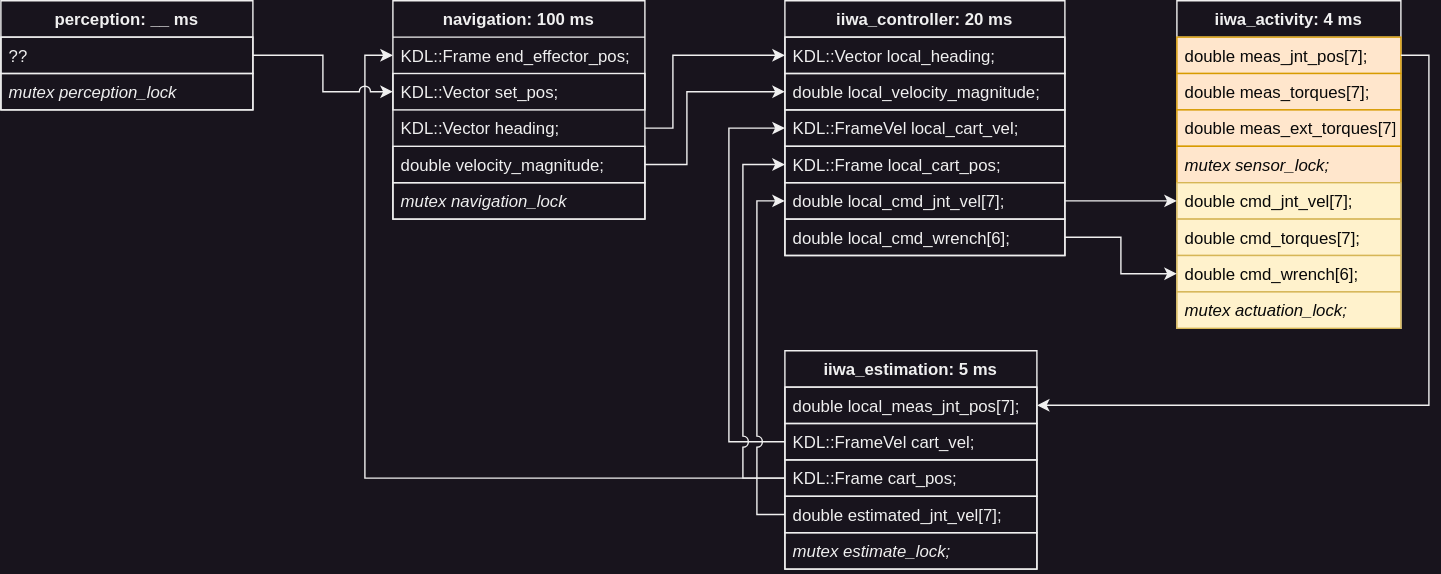
Above: docs/figs/activity_architecture.svg in denizsoysal/ARCS (draw.io), before the change. Source tidied: cells renumbered, new cells last; positions are measured from the earlier drawing's top-left corner, leaving out a move shared by most shapes. Its diagram source:
```xml
<mxGraphModel math="1">
  <root>
    <mxCell id="0" />
    <mxCell id="1" parent="0" />
    <mxCell id="2" value="iiwa_activity: 4 ms" style="swimlane;fontStyle=1;align=center;verticalAlign=top;horizontal=1;startSize=26;rotation=0;" parent="1" vertex="1">
      <mxGeometry x="840" width="160" height="234" as="geometry" />
    </mxCell>
    <mxCell id="3" value="double meas_jnt_pos[7];" style="text;strokeColor=#d79b00;fillColor=#ffe6cc;align=left;verticalAlign=top;spacingLeft=4;spacingRight=4;overflow=hidden;points=[[0,0.5],[1,0.5]];portConstraint=eastwest;fontColor=#080808;" parent="2" vertex="1">
      <mxGeometry y="26" width="160" height="26" as="geometry" />
    </mxCell>
    <mxCell id="4" value="double meas_torques[7];" style="text;strokeColor=#d79b00;fillColor=#ffe6cc;align=left;verticalAlign=top;spacingLeft=4;spacingRight=4;overflow=hidden;fontColor=#080808;" parent="2" vertex="1">
      <mxGeometry y="52" width="160" height="26" as="geometry" />
    </mxCell>
    <mxCell id="5" value="double meas_ext_torques[7];" style="text;strokeColor=#d79b00;fillColor=#ffe6cc;align=left;verticalAlign=top;spacingLeft=4;spacingRight=4;overflow=hidden;fontColor=#080808;" parent="2" vertex="1">
      <mxGeometry y="78" width="160" height="26" as="geometry" />
    </mxCell>
    <mxCell id="6" value="mutex sensor_lock;" style="text;strokeColor=#d79b00;fillColor=#ffe6cc;align=left;verticalAlign=top;spacingLeft=4;spacingRight=4;overflow=hidden;fontStyle=2;fontColor=#080808;" parent="2" vertex="1">
      <mxGeometry y="104" width="160" height="26" as="geometry" />
    </mxCell>
    <mxCell id="7" value="double cmd_jnt_vel[7];" style="text;strokeColor=#d6b656;fillColor=#fff2cc;align=left;verticalAlign=top;spacingLeft=4;spacingRight=4;overflow=hidden;points=[[0,0.5],[1,0.5]];portConstraint=eastwest;fontColor=#080808;" parent="2" vertex="1">
      <mxGeometry y="130" width="160" height="26" as="geometry" />
    </mxCell>
    <mxCell id="8" value="double cmd_torques[7];" style="text;strokeColor=#d6b656;fillColor=#fff2cc;align=left;verticalAlign=top;spacingLeft=4;spacingRight=4;overflow=hidden;fontColor=#080808;" parent="2" vertex="1">
      <mxGeometry y="156" width="160" height="26" as="geometry" />
    </mxCell>
    <mxCell id="9" value="double cmd_wrench[6];" style="text;strokeColor=#d6b656;fillColor=#fff2cc;align=left;verticalAlign=top;spacingLeft=4;spacingRight=4;overflow=hidden;points=[[0,0.5],[1,0.5]];portConstraint=eastwest;fontColor=#080808;" parent="2" vertex="1">
      <mxGeometry y="182" width="160" height="26" as="geometry" />
    </mxCell>
    <mxCell id="10" value="mutex actuation_lock;" style="text;strokeColor=#d6b656;fillColor=#fff2cc;align=left;verticalAlign=top;spacingLeft=4;spacingRight=4;overflow=hidden;fontStyle=2;fontColor=#080808;" parent="2" vertex="1">
      <mxGeometry y="208" width="160" height="26" as="geometry" />
    </mxCell>
    <mxCell id="11" value="iiwa_controller: 20 ms" style="swimlane;fontStyle=1;align=center;verticalAlign=top;horizontal=1;startSize=26;rotation=0;" parent="1" vertex="1">
      <mxGeometry x="560" width="200" height="182" as="geometry" />
    </mxCell>
    <mxCell id="12" value="KDL::Vector local_heading;" style="text;strokeColor=default;fillColor=none;align=left;verticalAlign=top;spacingLeft=4;spacingRight=4;overflow=hidden;points=[[0,0.5],[1,0.5]];portConstraint=eastwest;" parent="11" vertex="1">
      <mxGeometry y="26" width="200" height="26" as="geometry" />
    </mxCell>
    <mxCell id="13" value="double local_velocity_magnitude;" style="text;strokeColor=default;fillColor=none;align=left;verticalAlign=top;spacingLeft=4;spacingRight=4;overflow=hidden;points=[[0,0.5],[1,0.5]];portConstraint=eastwest;" parent="11" vertex="1">
      <mxGeometry y="52" width="200" height="26" as="geometry" />
    </mxCell>
    <mxCell id="14" value="KDL::FrameVel local_cart_vel;" style="text;strokeColor=default;fillColor=none;align=left;verticalAlign=top;spacingLeft=4;spacingRight=4;overflow=hidden;points=[[0,0.5],[1,0.5]];portConstraint=eastwest;" parent="11" vertex="1">
      <mxGeometry y="78" width="200" height="26" as="geometry" />
    </mxCell>
    <mxCell id="15" value="KDL::Frame local_cart_pos;" style="text;strokeColor=default;fillColor=none;align=left;verticalAlign=top;spacingLeft=4;spacingRight=4;overflow=hidden;points=[[0,0.5],[1,0.5]];portConstraint=eastwest;" parent="11" vertex="1">
      <mxGeometry y="104" width="200" height="26" as="geometry" />
    </mxCell>
    <mxCell id="16" value="double local_cmd_jnt_vel[7];" style="text;strokeColor=default;fillColor=none;align=left;verticalAlign=top;spacingLeft=4;spacingRight=4;overflow=hidden;points=[[0,0.5],[1,0.5]];portConstraint=eastwest;" parent="11" vertex="1">
      <mxGeometry y="130" width="200" height="26" as="geometry" />
    </mxCell>
    <mxCell id="17" value="double local_cmd_wrench[6];" style="text;strokeColor=default;fillColor=none;align=left;verticalAlign=top;spacingLeft=4;spacingRight=4;overflow=hidden;points=[[0,0.5],[1,0.5]];portConstraint=eastwest;" parent="11" vertex="1">
      <mxGeometry y="156" width="200" height="26" as="geometry" />
    </mxCell>
    <mxCell id="18" value="navigation: 100 ms" style="swimlane;fontStyle=1;align=center;verticalAlign=top;horizontal=1;startSize=26;rotation=0;" parent="1" vertex="1">
      <mxGeometry x="280" width="180" height="156" as="geometry" />
    </mxCell>
    <mxCell id="19" value="KDL::Frame end_effector_pos;" style="text;strokeColor=none;fillColor=none;align=left;verticalAlign=top;spacingLeft=4;spacingRight=4;overflow=hidden;points=[[0,0.5],[1,0.5]];portConstraint=eastwest;" parent="18" vertex="1">
      <mxGeometry y="26" width="180" height="26" as="geometry" />
    </mxCell>
    <mxCell id="20" value="KDL::Vector set_pos;" style="text;strokeColor=default;fillColor=none;align=left;verticalAlign=top;spacingLeft=4;spacingRight=4;overflow=hidden;points=[[0,0.5],[1,0.5]];portConstraint=eastwest;" parent="18" vertex="1">
      <mxGeometry y="52" width="180" height="26" as="geometry" />
    </mxCell>
    <mxCell id="21" value="KDL::Vector heading;" style="text;strokeColor=none;fillColor=none;align=left;verticalAlign=top;spacingLeft=4;spacingRight=4;overflow=hidden;points=[[0,0.5],[1,0.5]];portConstraint=eastwest;" parent="18" vertex="1">
      <mxGeometry y="78" width="180" height="26" as="geometry" />
    </mxCell>
    <mxCell id="22" value="double velocity_magnitude;" style="text;strokeColor=default;fillColor=none;align=left;verticalAlign=top;spacingLeft=4;spacingRight=4;overflow=hidden;points=[[0,0.5],[1,0.5]];portConstraint=eastwest;" parent="18" vertex="1">
      <mxGeometry y="104" width="180" height="26" as="geometry" />
    </mxCell>
    <mxCell id="23" value="mutex navigation_lock" style="text;strokeColor=default;fillColor=none;align=left;verticalAlign=top;spacingLeft=4;spacingRight=4;overflow=hidden;fontStyle=2;" parent="18" vertex="1">
      <mxGeometry y="130" width="180" height="26" as="geometry" />
    </mxCell>
    <mxCell id="24" value="iiwa_estimation: 5 ms" style="swimlane;fontStyle=1;align=center;verticalAlign=top;horizontal=1;startSize=26;rotation=0;" parent="1" vertex="1">
      <mxGeometry x="560" y="250" width="180" height="156" as="geometry" />
    </mxCell>
    <mxCell id="25" value="double local_meas_jnt_pos[7];" style="text;strokeColor=default;fillColor=none;align=left;verticalAlign=top;spacingLeft=4;spacingRight=4;overflow=hidden;points=[[0,0.5],[1,0.5]];portConstraint=eastwest;fontStyle=0;" parent="24" vertex="1">
      <mxGeometry y="26" width="180" height="26" as="geometry" />
    </mxCell>
    <mxCell id="26" value="KDL::FrameVel cart_vel;" style="text;strokeColor=default;fillColor=none;align=left;verticalAlign=top;spacingLeft=4;spacingRight=4;overflow=hidden;points=[[0,0.5],[1,0.5]];portConstraint=eastwest;fontStyle=0;" parent="24" vertex="1">
      <mxGeometry y="52" width="180" height="26" as="geometry" />
    </mxCell>
    <mxCell id="27" value="KDL::Frame cart_pos;" style="text;strokeColor=default;fillColor=none;align=left;verticalAlign=top;spacingLeft=4;spacingRight=4;overflow=hidden;points=[[0,0.5],[1,0.5]];portConstraint=eastwest;fontStyle=0;" parent="24" vertex="1">
      <mxGeometry y="78" width="180" height="26" as="geometry" />
    </mxCell>
    <mxCell id="28" value="double estimated_jnt_vel[7];" style="text;strokeColor=default;fillColor=none;align=left;verticalAlign=top;spacingLeft=4;spacingRight=4;overflow=hidden;points=[[0,0.5],[1,0.5]];portConstraint=eastwest;fontStyle=0;" parent="24" vertex="1">
      <mxGeometry y="104" width="180" height="26" as="geometry" />
    </mxCell>
    <mxCell id="29" value="mutex estimate_lock;" style="text;strokeColor=default;fillColor=none;align=left;verticalAlign=top;spacingLeft=4;spacingRight=4;overflow=hidden;fontStyle=2;" parent="24" vertex="1">
      <mxGeometry y="130" width="180" height="26" as="geometry" />
    </mxCell>
    <mxCell id="30" style="edgeStyle=orthogonalEdgeStyle;rounded=0;jettySize=auto;html=1;exitX=1;exitY=0.5;exitDx=0;exitDy=0;entryX=1;entryY=0.5;entryDx=0;entryDy=0;" parent="1" edge="1" source="3" target="25">
      <mxGeometry relative="1" as="geometry">
        <Array as="points">
          <mxPoint x="1020" y="39" />
          <mxPoint x="1020" y="289" />
        </Array>
      </mxGeometry>
    </mxCell>
    <mxCell id="31" style="edgeStyle=orthogonalEdgeStyle;rounded=0;jettySize=auto;html=1;exitX=1;exitY=0.5;exitDx=0;exitDy=0;entryX=0;entryY=0.5;entryDx=0;entryDy=0;fontColor=#080808;" parent="1" edge="1" source="21" target="12">
      <mxGeometry relative="1" as="geometry">
        <Array as="points">
          <mxPoint x="480" y="91" />
          <mxPoint x="480" y="39" />
        </Array>
      </mxGeometry>
    </mxCell>
    <mxCell id="32" style="edgeStyle=orthogonalEdgeStyle;rounded=0;jettySize=auto;html=1;exitX=1;exitY=0.5;exitDx=0;exitDy=0;entryX=0;entryY=0.5;entryDx=0;entryDy=0;fontColor=#080808;" parent="1" edge="1" source="22" target="13">
      <mxGeometry relative="1" as="geometry">
        <Array as="points">
          <mxPoint x="490" y="117" />
          <mxPoint x="490" y="65" />
        </Array>
      </mxGeometry>
    </mxCell>
    <mxCell id="33" style="edgeStyle=orthogonalEdgeStyle;rounded=0;jettySize=auto;html=1;exitX=1;exitY=0.5;exitDx=0;exitDy=0;entryX=0;entryY=0.5;entryDx=0;entryDy=0;fontColor=#080808;" parent="1" edge="1" source="17" target="9">
      <mxGeometry relative="1" as="geometry" />
    </mxCell>
    <mxCell id="34" style="edgeStyle=orthogonalEdgeStyle;rounded=0;jettySize=auto;html=1;exitX=0;exitY=0.5;exitDx=0;exitDy=0;entryX=0;entryY=0.5;entryDx=0;entryDy=0;fontColor=#080808;" parent="1" edge="1" source="27" target="19">
      <mxGeometry relative="1" as="geometry" />
    </mxCell>
    <mxCell id="35" style="edgeStyle=orthogonalEdgeStyle;rounded=0;jettySize=auto;html=1;exitX=0;exitY=0.5;exitDx=0;exitDy=0;entryX=0;entryY=0.5;entryDx=0;entryDy=0;fontColor=#080808;" parent="1" edge="1" source="26" target="14">
      <mxGeometry relative="1" as="geometry">
        <Array as="points">
          <mxPoint x="520" y="315" />
          <mxPoint x="520" y="91" />
        </Array>
      </mxGeometry>
    </mxCell>
    <mxCell id="36" style="edgeStyle=orthogonalEdgeStyle;rounded=0;jettySize=auto;html=1;exitX=0;exitY=0.5;exitDx=0;exitDy=0;entryX=0;entryY=0.5;entryDx=0;entryDy=0;fontColor=#080808;jumpStyle=arc;jumpSize=8;" parent="1" edge="1" source="27" target="15">
      <mxGeometry relative="1" as="geometry">
        <Array as="points">
          <mxPoint x="530" y="341" />
          <mxPoint x="530" y="117" />
        </Array>
      </mxGeometry>
    </mxCell>
    <mxCell id="37" style="edgeStyle=orthogonalEdgeStyle;rounded=0;jumpStyle=arc;jumpSize=8;jettySize=auto;html=1;exitX=0;exitY=0.5;exitDx=0;exitDy=0;entryX=0;entryY=0.5;entryDx=0;entryDy=0;fontColor=#080808;" parent="1" edge="1" source="28" target="16">
      <mxGeometry relative="1" as="geometry">
        <Array as="points">
          <mxPoint x="540" y="367" />
          <mxPoint x="540" y="143" />
        </Array>
      </mxGeometry>
    </mxCell>
    <mxCell id="38" style="edgeStyle=orthogonalEdgeStyle;rounded=0;jumpStyle=arc;jumpSize=8;jettySize=auto;html=1;exitX=1;exitY=0.5;exitDx=0;exitDy=0;entryX=0;entryY=0.5;entryDx=0;entryDy=0;fontColor=#080808;" parent="1" edge="1" source="16" target="7">
      <mxGeometry relative="1" as="geometry" />
    </mxCell>
    <mxCell id="39" value="perception: __ ms" style="swimlane;fontStyle=1;align=center;verticalAlign=top;horizontal=1;startSize=26;rotation=0;" parent="1" vertex="1">
      <mxGeometry width="180" height="78" as="geometry" />
    </mxCell>
    <mxCell id="40" value="??" style="text;strokeColor=default;fillColor=none;align=left;verticalAlign=top;spacingLeft=4;spacingRight=4;overflow=hidden;points=[[0,0.5],[1,0.5]];portConstraint=eastwest;" parent="39" vertex="1">
      <mxGeometry y="26" width="180" height="26" as="geometry" />
    </mxCell>
    <mxCell id="41" value="mutex perception_lock" style="text;strokeColor=default;fillColor=none;align=left;verticalAlign=top;spacingLeft=4;spacingRight=4;overflow=hidden;fontStyle=2;" parent="39" vertex="1">
      <mxGeometry y="52" width="180" height="26" as="geometry" />
    </mxCell>
    <mxCell id="42" style="edgeStyle=orthogonalEdgeStyle;rounded=0;jumpStyle=arc;jumpSize=8;jettySize=auto;html=1;exitX=1;exitY=0.5;exitDx=0;exitDy=0;entryX=0;entryY=0.5;entryDx=0;entryDy=0;fontColor=#080808;" parent="1" edge="1" source="40" target="20">
      <mxGeometry relative="1" as="geometry" />
    </mxCell>
  </root>
</mxGraphModel>
```
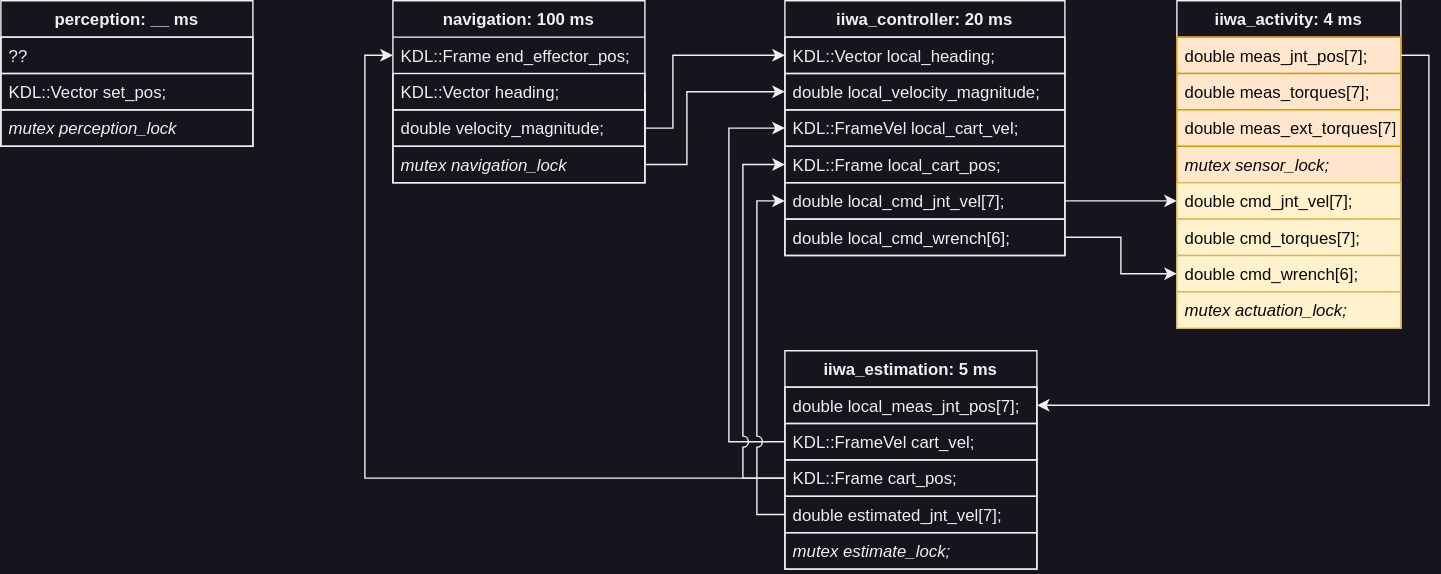
Later version of the same file.

Commit message:
updaed arch figure

Change to the diagram source:
```diff
@@ -51,22 +51,19 @@
       <mxGeometry y="156" width="200" height="26" as="geometry" />
     </mxCell>
     <mxCell id="18" value="navigation: 100 ms" style="swimlane;fontStyle=1;align=center;verticalAlign=top;horizontal=1;startSize=26;rotation=0;" parent="1" vertex="1">
-      <mxGeometry x="280" width="180" height="156" as="geometry" />
+      <mxGeometry x="280" width="180" height="130" as="geometry" />
     </mxCell>
     <mxCell id="19" value="KDL::Frame end_effector_pos;" style="text;strokeColor=none;fillColor=none;align=left;verticalAlign=top;spacingLeft=4;spacingRight=4;overflow=hidden;points=[[0,0.5],[1,0.5]];portConstraint=eastwest;" parent="18" vertex="1">
       <mxGeometry y="26" width="180" height="26" as="geometry" />
     </mxCell>
-    <mxCell id="20" value="KDL::Vector set_pos;" style="text;strokeColor=default;fillColor=none;align=left;verticalAlign=top;spacingLeft=4;spacingRight=4;overflow=hidden;points=[[0,0.5],[1,0.5]];portConstraint=eastwest;" parent="18" vertex="1">
-      <mxGeometry y="52" width="180" height="26" as="geometry" />
-    </mxCell>
-    <mxCell id="21" value="KDL::Vector heading;" style="text;strokeColor=none;fillColor=none;align=left;verticalAlign=top;spacingLeft=4;spacingRight=4;overflow=hidden;points=[[0,0.5],[1,0.5]];portConstraint=eastwest;" parent="18" vertex="1">
-      <mxGeometry y="78" width="180" height="26" as="geometry" />
+    <mxCell id="21" value="KDL::Vector heading;" style="text;strokeColor=default;fillColor=none;align=left;verticalAlign=top;spacingLeft=4;spacingRight=4;overflow=hidden;points=[[0,0.5],[1,0.5]];portConstraint=eastwest;" parent="18" vertex="1">
+      <mxGeometry y="52" width="180" height="26" as="geometry" />
     </mxCell>
     <mxCell id="22" value="double velocity_magnitude;" style="text;strokeColor=default;fillColor=none;align=left;verticalAlign=top;spacingLeft=4;spacingRight=4;overflow=hidden;points=[[0,0.5],[1,0.5]];portConstraint=eastwest;" parent="18" vertex="1">
-      <mxGeometry y="104" width="180" height="26" as="geometry" />
+      <mxGeometry y="78" width="180" height="26" as="geometry" />
     </mxCell>
     <mxCell id="23" value="mutex navigation_lock" style="text;strokeColor=default;fillColor=none;align=left;verticalAlign=top;spacingLeft=4;spacingRight=4;overflow=hidden;fontStyle=2;" parent="18" vertex="1">
-      <mxGeometry y="130" width="180" height="26" as="geometry" />
+      <mxGeometry y="104" width="180" height="26" as="geometry" />
     </mxCell>
     <mxCell id="24" value="iiwa_estimation: 5 ms" style="swimlane;fontStyle=1;align=center;verticalAlign=top;horizontal=1;startSize=26;rotation=0;" parent="1" vertex="1">
       <mxGeometry x="560" y="250" width="180" height="156" as="geometry" />
@@ -144,16 +141,16 @@
       <mxGeometry relative="1" as="geometry" />
     </mxCell>
     <mxCell id="39" value="perception: __ ms" style="swimlane;fontStyle=1;align=center;verticalAlign=top;horizontal=1;startSize=26;rotation=0;" parent="1" vertex="1">
-      <mxGeometry width="180" height="78" as="geometry" />
+      <mxGeometry width="180" height="104" as="geometry" />
     </mxCell>
     <mxCell id="40" value="??" style="text;strokeColor=default;fillColor=none;align=left;verticalAlign=top;spacingLeft=4;spacingRight=4;overflow=hidden;points=[[0,0.5],[1,0.5]];portConstraint=eastwest;" parent="39" vertex="1">
       <mxGeometry y="26" width="180" height="26" as="geometry" />
     </mxCell>
+    <mxCell id="20" value="KDL::Vector set_pos;" style="text;strokeColor=default;fillColor=none;align=left;verticalAlign=top;spacingLeft=4;spacingRight=4;overflow=hidden;points=[[0,0.5],[1,0.5]];portConstraint=eastwest;" parent="39" vertex="1">
+      <mxGeometry y="52" width="180" height="26" as="geometry" />
+    </mxCell>
     <mxCell id="41" value="mutex perception_lock" style="text;strokeColor=default;fillColor=none;align=left;verticalAlign=top;spacingLeft=4;spacingRight=4;overflow=hidden;fontStyle=2;" parent="39" vertex="1">
-      <mxGeometry y="52" width="180" height="26" as="geometry" />
+      <mxGeometry y="78" width="180" height="26" as="geometry" />
     </mxCell>
-    <mxCell id="42" style="edgeStyle=orthogonalEdgeStyle;rounded=0;jumpStyle=arc;jumpSize=8;jettySize=auto;html=1;exitX=1;exitY=0.5;exitDx=0;exitDy=0;entryX=0;entryY=0.5;entryDx=0;entryDy=0;fontColor=#080808;" parent="1" edge="1" source="40" target="20">
-      <mxGeometry relative="1" as="geometry" />
-    </mxCell>
   </root>
 </mxGraphModel>
```
